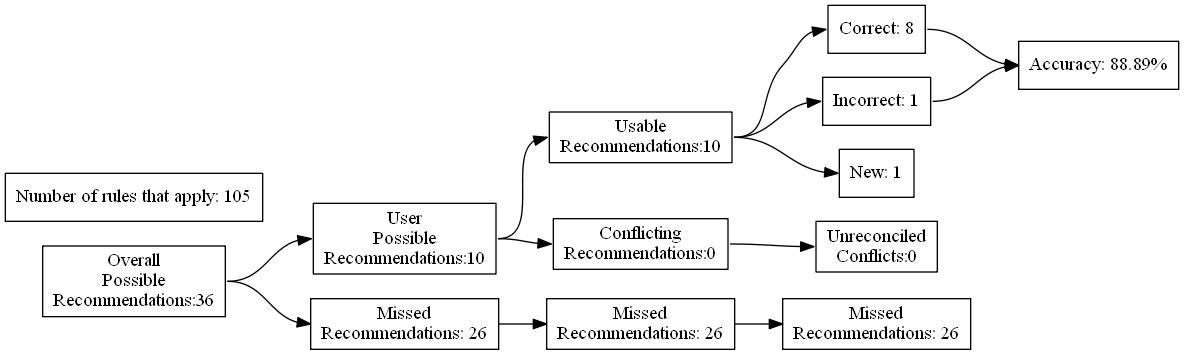
This is test_renders/54.gv.png from ZaxR/ibd_diet_analysis, a Graphviz export, as it was before one commit. Its source is kept beside it as test_renders/54.gv.
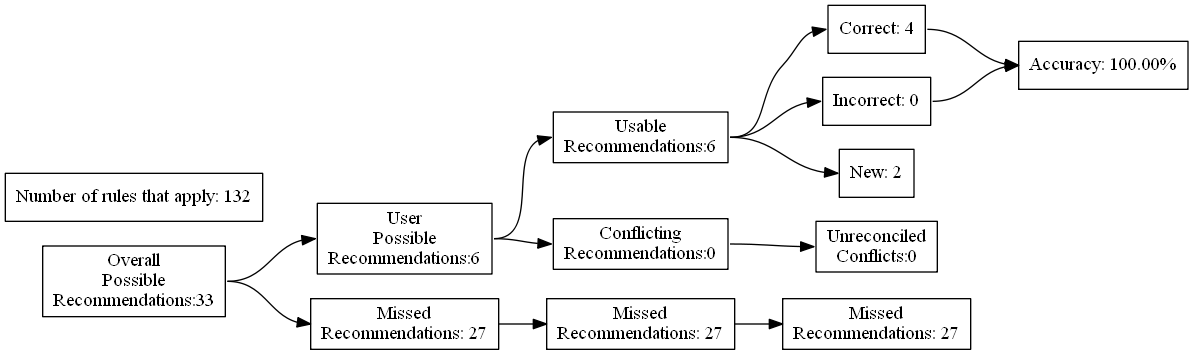
Above is the later version.

What changed in the source:
```diff
@@ -4,27 +4,27 @@
 	edge [headport=w tailport=e]
 		A [label="Overall
 Possible
-Recommendations:36"]
+Recommendations:33"]
 		B [label="User
 Possible
-Recommendations:10"]
+Recommendations:6"]
 		C [label="Missed
-Recommendations: 26"]
+Recommendations: 27"]
 		D [label="Usable
-Recommendations:10"]
+Recommendations:6"]
 		E [label="Conflicting
 Recommendations:0"]
 		J [label="Missed
-Recommendations: 26"]
+Recommendations: 27"]
 		M [label="Unreconciled
 Conflicts:0"]
-		F [label="Correct: 8"]
-		G [label="Incorrect: 1"]
-		H [label="New: 1"]
+		F [label="Correct: 4"]
+		G [label="Incorrect: 0"]
+		H [label="New: 2"]
 		K [label="Missed
-Recommendations: 26"]
-		I [label="Accuracy: 88.89%"]
-		l [label="Number of rules that apply: 105"]
+Recommendations: 27"]
+		I [label="Accuracy: 100.00%"]
+		l [label="Number of rules that apply: 132"]
 			A -> B
 			A -> C
 			B -> D
```
